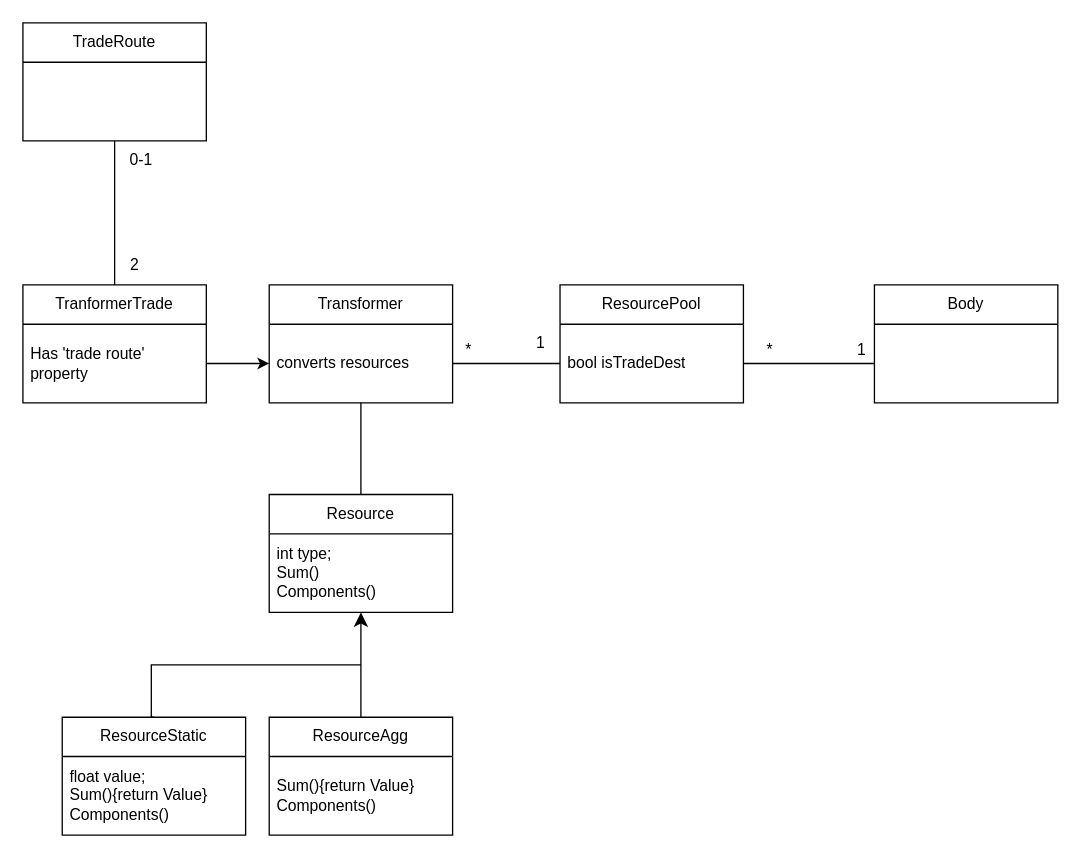
Above: UML.drawio in CallumWalley/tradeTest (draw.io), before the change. Source tidied: cells renumbered, new cells numbered last; positions are measured from the earlier drawing's top-left corner, leaving out a move shared by most shapes. Both pictures are drawn from the tidied source at 131%, with x=0, y=0 at pixel (22, 22).
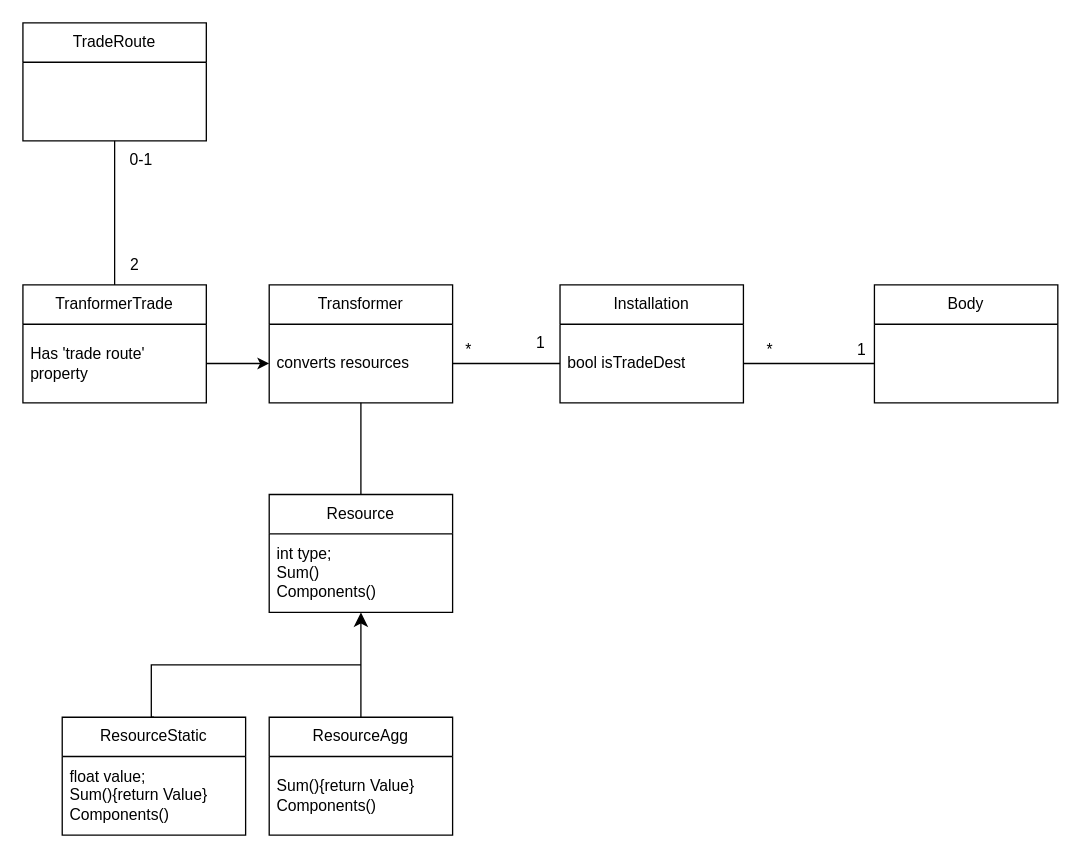
The same page after the edit.

The edit, as a diff of the source:
```diff
@@
-    <mxCell id="11" value="ResourcePool" style="swimlane;fontStyle=0;horizontal=1;startSize=30;whiteSpace=wrap;html=1;" parent="1" vertex="1">
+    <mxCell id="11" value="Installation" style="swimlane;fontStyle=0;horizontal=1;startSize=30;whiteSpace=wrap;html=1;" parent="1" vertex="1">
       <mxGeometry x="410" y="200" width="140" height="90" as="geometry" />
     </mxCell>
```
